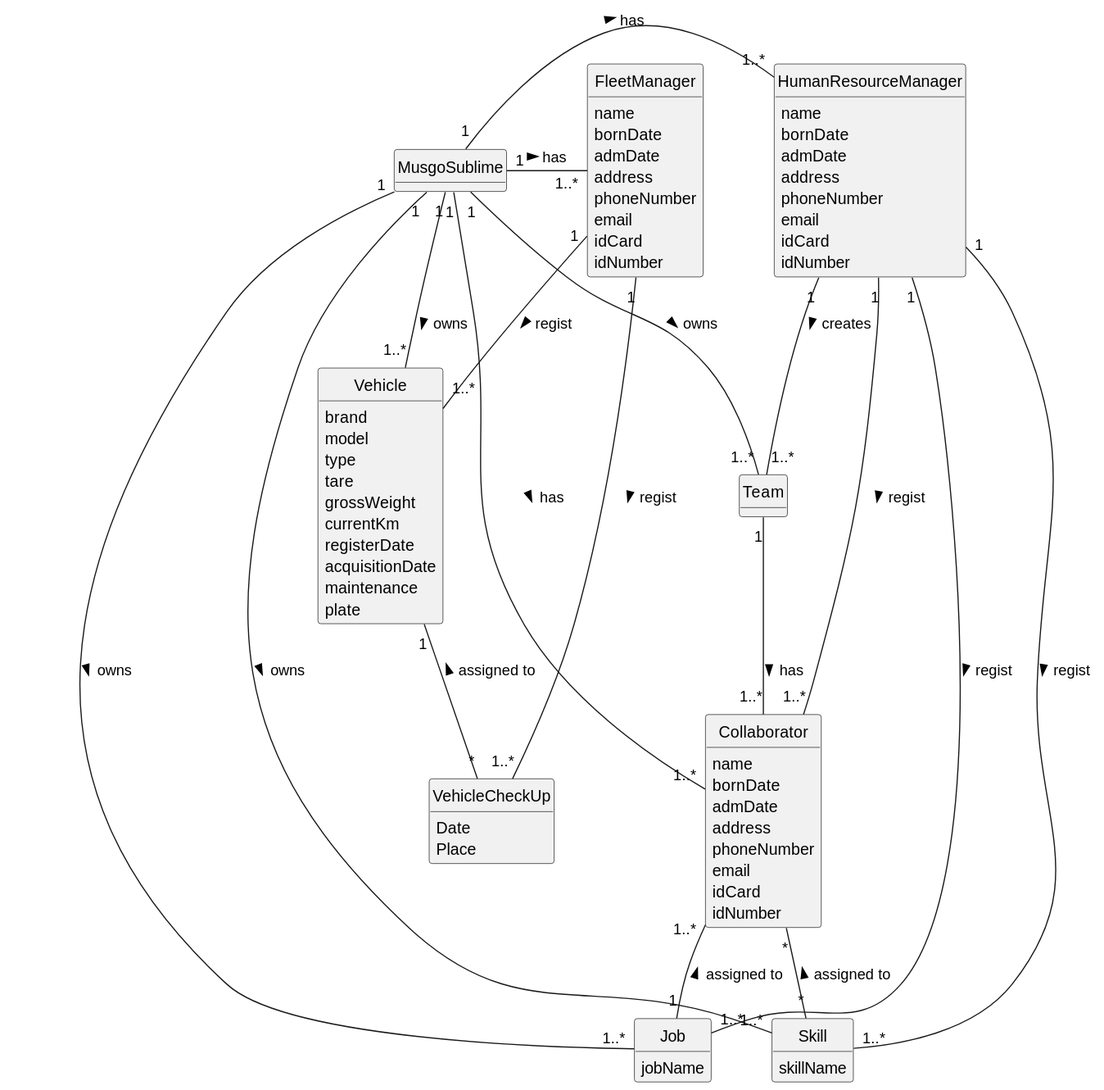
Earlier version of the PlantUML export docs/sprint2/global-artifacts/02.analysis/svg/project-domain-model.svg (1231360-ISEP/lei-24-s2-1db-g021).
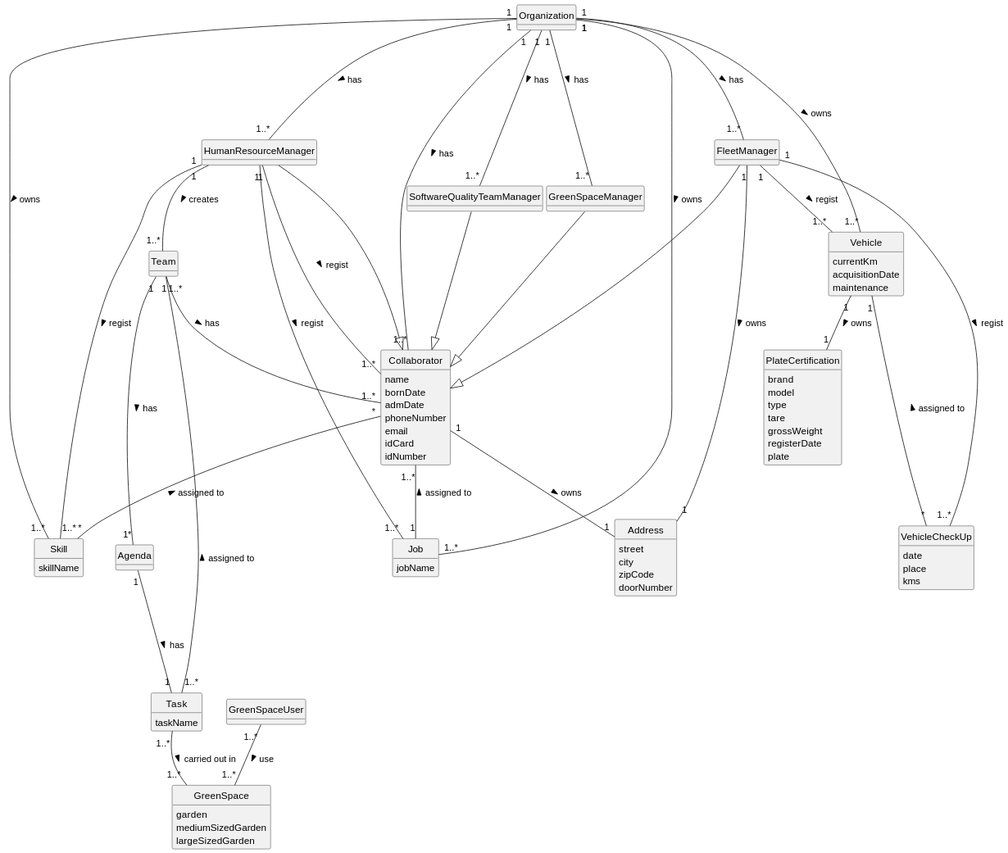
The same file after the commit.

Commit message:
Update the Domain Model

What changed in the source:
```diff
@@ -7,41 +7,34 @@
 hide methods
 
 
-class MusgoSublime {
-}
+class Organization {}
 
-class HumanResourceManager {
+class Collaborator {
     name
     bornDate
     admDate
-    address
     phoneNumber
     email
     idCard
     idNumber
 }
 
-class Collaborator {
-    name
-    bornDate
-    admDate
-    address
-    phoneNumber
-    email
-    idCard
-    idNumber
+class Address {
+    street
+    city
+    zipCode
+    doorNumber
 }
 
-class FleetManager {
-    name
-    bornDate
-    admDate
-    address
-    phoneNumber
-    email
-    idCard
-    idNumber
-}
+class HumanResourceManager {}
+
+class FleetManager {}
+
+class SoftwareQualityTeamManager {}
+
+class GreenSpaceManager {}
+
+class GreenSpaceUser {}
 
 class Skill {
     skillName
@@ -51,42 +44,79 @@
     jobName
 }
 
-class Team {
+class Task {
+    taskName
 }
 
+class Team {}
+
 class Vehicle {
+    currentKm
+    acquisitionDate
+    maintenance
+}
+
+class PlateCertification {
     brand
     model
     type
     tare
     grossWeight
-    currentKm
     registerDate
-    acquisitionDate
-    maintenance
     plate
 }
 
 class VehicleCheckUp {
-    Date
-    Place
+    date
+    place
+    kms
 }
 
-MusgoSublime "1" - "1..*" HumanResourceManager: has >
-MusgoSublime "1" - "1..*" Collaborator: has >
-MusgoSublime "1" - "1..*" FleetManager: has >
-MusgoSublime "1" - "1..*" Skill: owns >
-MusgoSublime "1" - "1..*" Job: owns >
-MusgoSublime "1" - "1..*" Team: owns >
-MusgoSublime "1" - "1..*" Vehicle: owns >
-HumanResourceManager "1" -- "1..*" Skill : regist >
+class GreenSpace {
+    garden
+    mediumSizedGarden
+    largeSizedGarden
+}
+
+class Agenda {}
+
+Organization "1" --- "1..*" HumanResourceManager: has >
+Organization "1" --- "1..*" Collaborator: has >
+Organization "1" --- "1..*" FleetManager: has >
+Organization "1" --- "1..*" SoftwareQualityTeamManager: has >
+Organization "1" --- "1..*" GreenSpaceManager: has >
+Organization "1" --- "1..*" Skill: owns >
+Organization "1" --- "1..*" Job: owns >
+Organization "1" --- "1..*" Vehicle: owns >
+
+HumanResourceManager "1" --"1..*" Skill : regist >
 HumanResourceManager "1" -- "1..*" Job : regist >
 HumanResourceManager "1" -- "1..*" Collaborator : regist >
 HumanResourceManager "1" -- "1..*" Team : creates >
+
+FleetManager --|> Collaborator
+HumanResourceManager --|> Collaborator
+SoftwareQualityTeamManager --|> Collaborator
+GreenSpaceManager --|> Collaborator
+
 Collaborator "1..*" -- "1" Job : assigned to <
 Collaborator "*" -- "*" Skill : assigned to <
+Collaborator "1" -- "1" Address: owns >
+
 Team "1" -- "1..*" Collaborator : has >
+Team "1" --- "1*" Agenda : has >
+Team "1..*" --- "1..*" Task : assigned to <
+
 FleetManager "1" -- "1..*" Vehicle : regist >
 FleetManager "1" -- "1..*" VehicleCheckUp : regist >
-Vehicle "1" -- "*" VehicleCheckUp : assigned to <
+FleetManager "1" -- "1" Address: owns >
+
+Vehicle "1" --- "*" VehicleCheckUp : assigned to <
+Vehicle "1" -- "1" PlateCertification : owns >
+
+Agenda "1" --- "1" Task : has >
+
+Task "1..*" -- "1..*" GreenSpace : carried out in >
+
+GreenSpaceUser "1..*" -- "1..*" GreenSpace : use >
 @enduml
```
